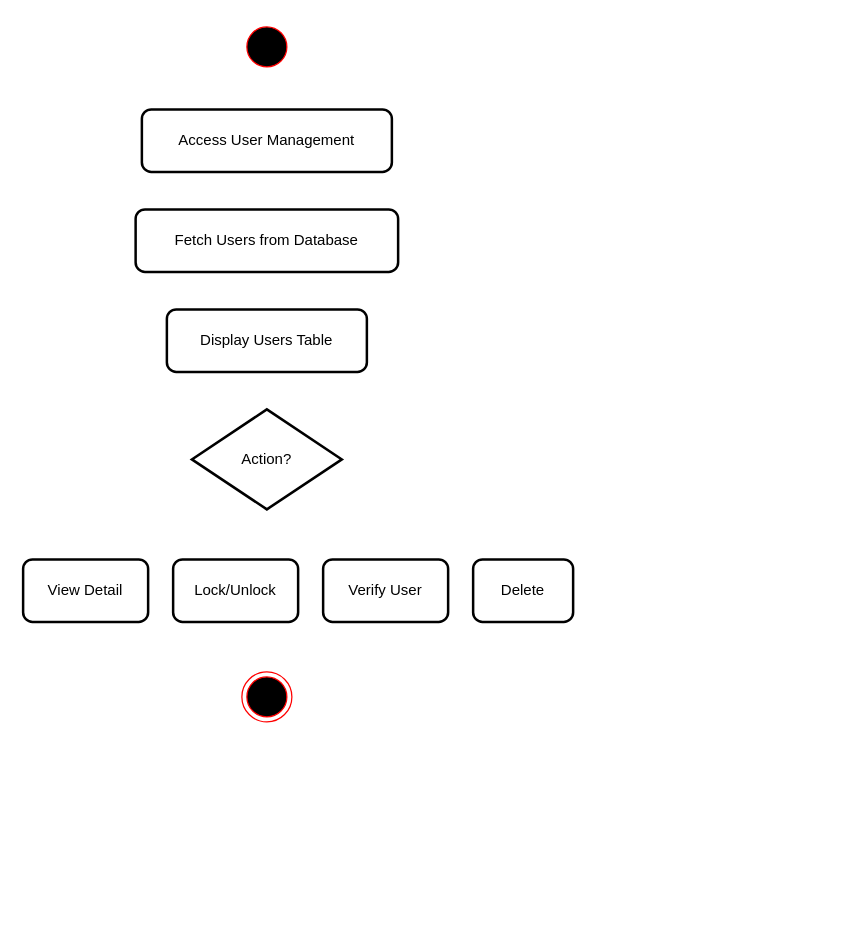
Before: page "User Management" (2 of 6) of draw/AdminActivities.drawio in tdat-dev/UniMarket, a draw.io diagram. Source tidied: cells renumbered, new cells numbered last; positions are measured from the earlier drawing's top-left corner, leaving out a move shared by most shapes. Both pictures are drawn from the tidied source at 125%, with x=0, y=0 at pixel (22, 21).
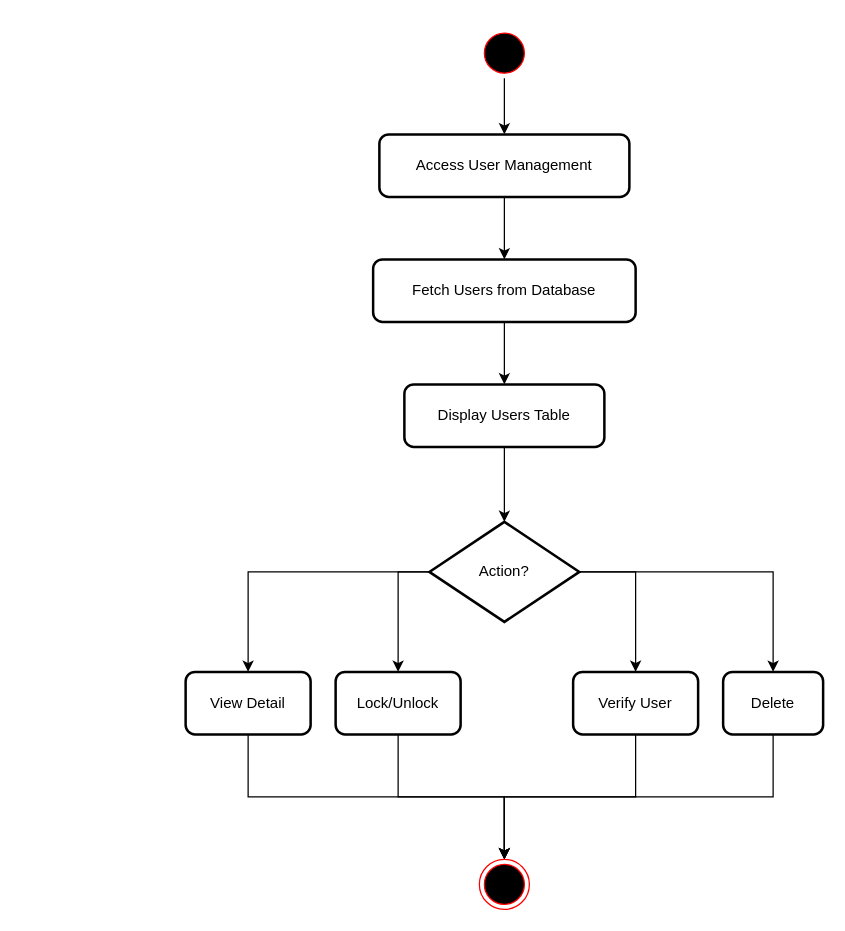
Above is the later version.

What changed in the source:
```diff
@@
+    <mxCell id="12" style="edgeStyle=orthogonalEdgeStyle;rounded=0;jettySize=auto;html=1;" parent="1" edge="1" source="2" target="3">
+      <mxGeometry relative="1" as="geometry" />
+    </mxCell>
     <mxCell id="2" style="ellipse;html=1;shape=startState;fillColor=#000000;strokeColor=#ff0000;" parent="1" vertex="1">
-      <mxGeometry x="175" width="40" height="40" as="geometry" />
+      <mxGeometry x="365" y="5" width="40" height="40" as="geometry" />
     </mxCell>
+    <mxCell id="13" style="edgeStyle=orthogonalEdgeStyle;rounded=0;jettySize=auto;html=1;" parent="1" edge="1" source="3" target="4">
+      <mxGeometry relative="1" as="geometry" />
+    </mxCell>
     <mxCell id="3" value="Access User Management" style="rounded=1;whiteSpace=wrap;html=1;strokeWidth=2;" parent="1" vertex="1">
-      <mxGeometry x="95" y="70" width="200" height="50" as="geometry" />
+      <mxGeometry x="285" y="90" width="200" height="50" as="geometry" />
     </mxCell>
+    <mxCell id="14" style="edgeStyle=orthogonalEdgeStyle;rounded=0;jettySize=auto;html=1;" parent="1" edge="1" source="4" target="5">
+      <mxGeometry relative="1" as="geometry" />
+    </mxCell>
     <mxCell id="4" value="Fetch Users from Database" style="rounded=1;whiteSpace=wrap;html=1;strokeWidth=2;" parent="1" vertex="1">
-      <mxGeometry x="90" y="150" width="210" height="50" as="geometry" />
+      <mxGeometry x="280" y="190" width="210" height="50" as="geometry" />
     </mxCell>
+    <mxCell id="15" style="edgeStyle=orthogonalEdgeStyle;rounded=0;jettySize=auto;html=1;" parent="1" edge="1" source="5" target="6">
+      <mxGeometry relative="1" as="geometry" />
+    </mxCell>
     <mxCell id="5" value="Display Users Table" style="rounded=1;whiteSpace=wrap;html=1;strokeWidth=2;" parent="1" vertex="1">
-      <mxGeometry x="115" y="230" width="160" height="50" as="geometry" />
+      <mxGeometry x="305" y="290" width="160" height="50" as="geometry" />
     </mxCell>
+    <mxCell id="16" style="edgeStyle=orthogonalEdgeStyle;rounded=0;jettySize=auto;html=1;entryX=0.5;entryY=0;entryDx=0;entryDy=0;" parent="1" edge="1" source="6" target="7">
+      <mxGeometry relative="1" as="geometry" />
+    </mxCell>
+    <mxCell id="17" style="edgeStyle=orthogonalEdgeStyle;rounded=0;jettySize=auto;html=1;exitX=0;exitY=0.5;exitDx=0;exitDy=0;entryX=0.5;entryY=0;entryDx=0;entryDy=0;" parent="1" edge="1" source="6" target="8">
+      <mxGeometry relative="1" as="geometry" />
+    </mxCell>
+    <mxCell id="18" style="edgeStyle=orthogonalEdgeStyle;rounded=0;jettySize=auto;html=1;exitX=1;exitY=0.5;exitDx=0;exitDy=0;entryX=0.5;entryY=0;entryDx=0;entryDy=0;" parent="1" edge="1" source="6" target="9">
+      <mxGeometry relative="1" as="geometry" />
+    </mxCell>
+    <mxCell id="19" style="edgeStyle=orthogonalEdgeStyle;rounded=0;jettySize=auto;html=1;exitX=1;exitY=0.5;exitDx=0;exitDy=0;entryX=0.5;entryY=0;entryDx=0;entryDy=0;" parent="1" edge="1" source="6" target="10">
+      <mxGeometry relative="1" as="geometry" />
+    </mxCell>
     <mxCell id="6" value="Action?" style="rhombus;whiteSpace=wrap;html=1;strokeWidth=2;" parent="1" vertex="1">
-      <mxGeometry x="135" y="310" width="120" height="80" as="geometry" />
+      <mxGeometry x="325" y="400" width="120" height="80" as="geometry" />
     </mxCell>
+    <mxCell id="20" style="edgeStyle=orthogonalEdgeStyle;rounded=0;jettySize=auto;html=1;exitX=0.5;exitY=1;exitDx=0;exitDy=0;entryX=0.5;entryY=0;entryDx=0;entryDy=0;" parent="1" edge="1" source="7" target="11">
+      <mxGeometry relative="1" as="geometry" />
+    </mxCell>
     <mxCell id="7" value="View Detail" style="rounded=1;whiteSpace=wrap;html=1;strokeWidth=2;" parent="1" vertex="1">
-      <mxGeometry y="430" width="100" height="50" as="geometry" />
+      <mxGeometry x="130" y="520" width="100" height="50" as="geometry" />
     </mxCell>
+    <mxCell id="21" style="edgeStyle=orthogonalEdgeStyle;rounded=0;jettySize=auto;html=1;exitX=0.5;exitY=1;exitDx=0;exitDy=0;entryX=0.5;entryY=0;entryDx=0;entryDy=0;" parent="1" edge="1" source="8" target="11">
+      <mxGeometry relative="1" as="geometry" />
+    </mxCell>
     <mxCell id="8" value="Lock/Unlock" style="rounded=1;whiteSpace=wrap;html=1;strokeWidth=2;" parent="1" vertex="1">
-      <mxGeometry x="120" y="430" width="100" height="50" as="geometry" />
+      <mxGeometry x="250" y="520" width="100" height="50" as="geometry" />
     </mxCell>
+    <mxCell id="22" style="edgeStyle=orthogonalEdgeStyle;rounded=0;jettySize=auto;html=1;exitX=0.5;exitY=1;exitDx=0;exitDy=0;entryX=0.5;entryY=0;entryDx=0;entryDy=0;" parent="1" edge="1" source="9" target="11">
+      <mxGeometry relative="1" as="geometry" />
+    </mxCell>
     <mxCell id="9" value="Verify User" style="rounded=1;whiteSpace=wrap;html=1;strokeWidth=2;" parent="1" vertex="1">
-      <mxGeometry x="240" y="430" width="100" height="50" as="geometry" />
+      <mxGeometry x="440" y="520" width="100" height="50" as="geometry" />
     </mxCell>
+    <mxCell id="23" style="edgeStyle=orthogonalEdgeStyle;rounded=0;jettySize=auto;html=1;exitX=0.5;exitY=1;exitDx=0;exitDy=0;entryX=0.5;entryY=0;entryDx=0;entryDy=0;" parent="1" edge="1" source="10" target="11">
+      <mxGeometry relative="1" as="geometry" />
+    </mxCell>
     <mxCell id="10" value="Delete" style="rounded=1;whiteSpace=wrap;html=1;strokeWidth=2;" parent="1" vertex="1">
-      <mxGeometry x="360" y="430" width="80" height="50" as="geometry" />
+      <mxGeometry x="560" y="520" width="80" height="50" as="geometry" />
     </mxCell>
     <mxCell id="11" style="ellipse;html=1;shape=endState;fillColor=#000000;strokeColor=#ff0000;" parent="1" vertex="1">
-      <mxGeometry x="175" y="520" width="40" height="40" as="geometry" />
+      <mxGeometry x="365" y="670" width="40" height="40" as="geometry" />
     </mxCell>
```
